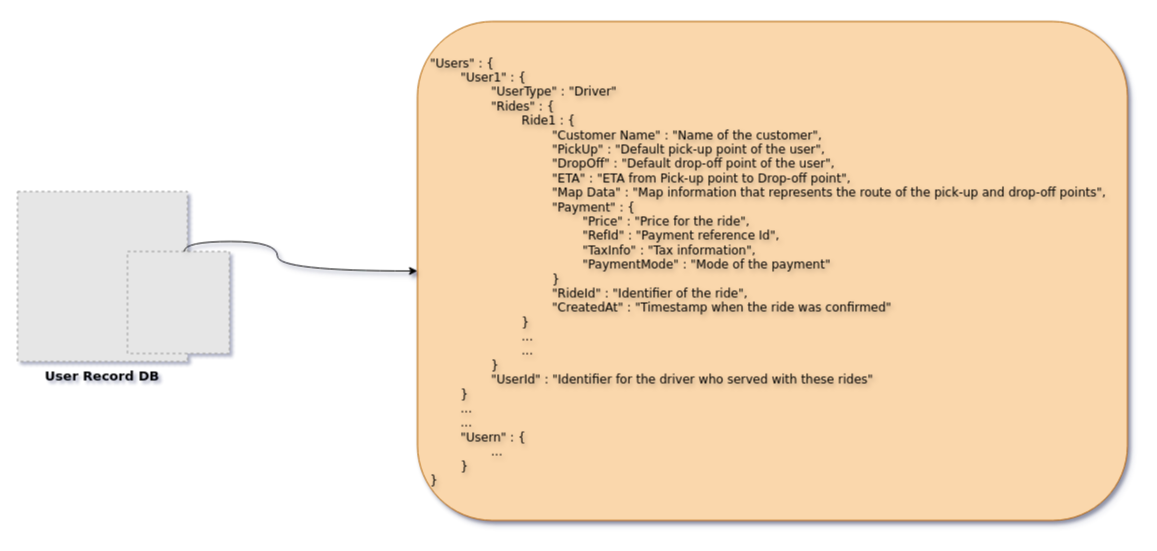
Above: 11. Design Cab sharing System/Resources/DeepDiveUserRecordDataModeling.drawio in SweetCodey/system-design-masterclass (draw.io), before the change. Source tidied: cells renumbered, new cells numbered last; positions are measured from the earlier drawing's top-left corner, leaving out a move shared by most shapes. Both pictures are drawn from the tidied source at 100%, with x=0, y=0 at pixel (17, 21). Pictures stored in the file or linked from it are replaced by grey dashed boxes.
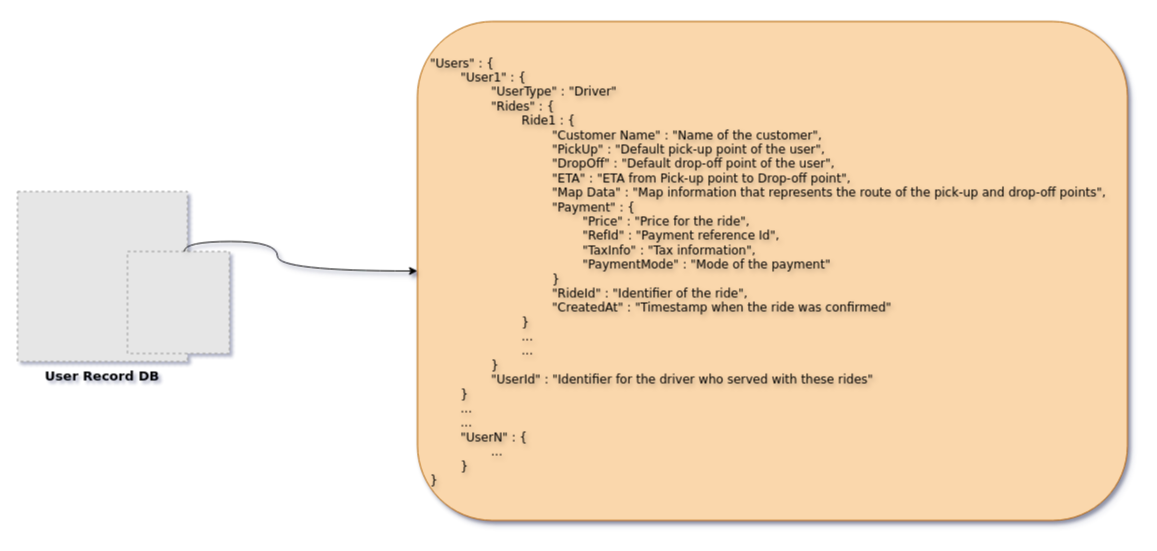
The same diagram, later.

Commit message (it also covers changes not shown here):
Data Modeling notes and minor changes in respective images

Diff of the diagram source:
```diff
@@
 <mxGraphModel shadow="1">
   <root>
     <mxCell id="0" />
     <mxCell id="1" parent="0" />
     <mxCell id="2" value="User Record DB" style="fillColor=#E6E6E6;strokeColor=#999999;dashed=1;verticalLabelPosition=bottom;labelBackgroundColor=none;verticalAlign=top;fontSize=13;fontStyle=1;fontFamily=Verdana;" parent="1" vertex="1">
       <mxGeometry y="170" width="170" height="170" as="geometry" />
     </mxCell>
-    <mxCell id="3" value="&lt;div style=&quot;&quot;&gt;&lt;div style=&quot;&quot;&gt;&lt;span style=&quot;background-color: transparent; color: light-dark(rgb(0, 0, 0), rgb(255, 255, 255));&quot;&gt;&quot;Users&quot; :&amp;nbsp;&lt;/span&gt;&lt;span style=&quot;background-color: transparent; color: light-dark(rgb(0, 0, 0), rgb(255, 255, 255));&quot;&gt;{&lt;/span&gt;&lt;/div&gt;&lt;div style=&quot;&quot;&gt;&lt;span style=&quot;background-color: transparent; color: light-dark(rgb(0, 0, 0), rgb(255, 255, 255));&quot;&gt;&lt;span style=&quot;white-space: pre;&quot;&gt;&#9;&lt;/span&gt;&quot;User1&quot; : {&lt;/span&gt;&lt;/div&gt;&lt;div style=&quot;&quot;&gt;&lt;span style=&quot;background-color: transparent; color: light-dark(rgb(0, 0, 0), rgb(255, 255, 255));&quot;&gt;&lt;span style=&quot;white-space: pre;&quot;&gt;&#9;&lt;/span&gt;&lt;span style=&quot;white-space: pre;&quot;&gt;&#9;&lt;/span&gt;&quot;UserType&quot; : &quot;Driver&quot;&lt;br&gt;&lt;/span&gt;&lt;/div&gt;&lt;div style=&quot;&quot;&gt;&lt;span style=&quot;white-space: pre;&quot;&gt;&#9;&lt;/span&gt;&lt;span style=&quot;white-space: pre;&quot;&gt;&#9;&lt;/span&gt;&quot;Rides&quot; : {&lt;br&gt;&lt;/div&gt;&lt;div style=&quot;&quot;&gt;&lt;span style=&quot;white-space: pre;&quot;&gt;&#9;&lt;/span&gt;&lt;span style=&quot;white-space: pre;&quot;&gt;&#9;&lt;/span&gt;&lt;span style=&quot;white-space: pre;&quot;&gt;&#9;&lt;/span&gt;Ride1 : {&lt;br&gt;&lt;/div&gt;&lt;div style=&quot;&quot;&gt;&lt;span style=&quot;white-space: pre;&quot;&gt;&#9;&lt;/span&gt;&lt;span style=&quot;white-space: pre;&quot;&gt;&#9;&lt;/span&gt;&lt;span style=&quot;white-space: pre;&quot;&gt;&#9;&lt;/span&gt;&lt;span style=&quot;white-space: pre;&quot;&gt;&#9;&lt;/span&gt;&quot;Customer Name&quot; : &quot;Name of the customer&quot;,&lt;br&gt;&lt;/div&gt;&lt;div style=&quot;&quot;&gt;&lt;span style=&quot;white-space: pre;&quot;&gt;&#9;&lt;/span&gt;&lt;span style=&quot;white-space: pre;&quot;&gt;&#9;&lt;/span&gt;&lt;span style=&quot;white-space: pre;&quot;&gt;&#9;&lt;/span&gt;&lt;span style=&quot;white-space: pre;&quot;&gt;&#9;&lt;/span&gt;&quot;PickUp&quot; : &quot;Default pick-up point of the user&quot;,&lt;/div&gt;&lt;div style=&quot;&quot;&gt;&lt;span style=&quot;white-space: pre;&quot;&gt;&#9;&lt;/span&gt;&lt;span style=&quot;white-space: pre;&quot;&gt;&#9;&lt;/span&gt;&lt;span style=&quot;white-space: pre;&quot;&gt;&#9;&lt;/span&gt;&lt;span style=&quot;white-space: pre;&quot;&gt;&#9;&lt;/span&gt;&quot;&lt;span style=&quot;background-color: transparent; color: light-dark(rgb(0, 0, 0), rgb(255, 255, 255));&quot;&gt;DropOff&lt;/span&gt;&lt;span style=&quot;background-color: transparent; color: light-dark(rgb(0, 0, 0), rgb(255, 255, 255));&quot;&gt;&quot; : &quot;Default drop-off point of the user&quot;,&lt;/span&gt;&lt;/div&gt;&lt;div style=&quot;&quot;&gt;&lt;span style=&quot;background-color: transparent; color: light-dark(rgb(0, 0, 0), rgb(255, 255, 255));&quot;&gt;&lt;span style=&quot;white-space: pre;&quot;&gt;&#9;&lt;/span&gt;&lt;span style=&quot;white-space: pre;&quot;&gt;&#9;&lt;/span&gt;&lt;span style=&quot;white-space: pre;&quot;&gt;&#9;&lt;/span&gt;&lt;span style=&quot;white-space: pre;&quot;&gt;&#9;&lt;/span&gt;&lt;/span&gt;&lt;span style=&quot;background-color: transparent; color: light-dark(rgb(0, 0, 0), rgb(255, 255, 255));&quot;&gt;&quot;ETA&quot; : &quot;ETA from Pick-up point to Drop-off point&quot;,&lt;/span&gt;&lt;/div&gt;&lt;div style=&quot;&quot;&gt;&lt;span style=&quot;background-color: transparent; color: light-dark(rgb(0, 0, 0), rgb(255, 255, 255));&quot;&gt;&lt;span style=&quot;white-space: pre;&quot;&gt;&#9;&lt;/span&gt;&lt;span style=&quot;white-space: pre;&quot;&gt;&#9;&lt;/span&gt;&lt;span style=&quot;white-space: pre;&quot;&gt;&#9;&lt;/span&gt;&lt;span style=&quot;white-space: pre;&quot;&gt;&#9;&lt;/span&gt;&quot;Map Data&quot; : &quot;Map information that represents the route of the pick-up and drop-off points&quot;,&lt;/span&gt;&lt;/div&gt;&lt;div style=&quot;&quot;&gt;&lt;span style=&quot;background-color: transparent; color: light-dark(rgb(0, 0, 0), rgb(255, 255, 255));&quot;&gt;&lt;span style=&quot;white-space: pre;&quot;&gt;&#9;&lt;/span&gt;&lt;span style=&quot;white-space: pre;&quot;&gt;&#9;&lt;/span&gt;&lt;span style=&quot;white-space: pre;&quot;&gt;&#9;&lt;/span&gt;&lt;span style=&quot;white-space: pre;&quot;&gt;&#9;&lt;/span&gt;&quot;Payment&quot; : {&lt;br&gt;&lt;/span&gt;&lt;/div&gt;&lt;div style=&quot;&quot;&gt;&lt;span style=&quot;background-color: transparent; color: light-dark(rgb(0, 0, 0), rgb(255, 255, 255));&quot;&gt;&lt;span style=&quot;white-space: pre;&quot;&gt;&#9;&lt;/span&gt;&lt;span style=&quot;white-space: pre;&quot;&gt;&#9;&lt;/span&gt;&lt;span style=&quot;white-space: pre;&quot;&gt;&#9;&lt;/span&gt;&lt;span style=&quot;white-space: pre;&quot;&gt;&#9;&lt;/span&gt;&lt;span style=&quot;white-space: pre;&quot;&gt;&#9;&lt;/span&gt;&quot;Price&quot; : &quot;Price for the ride&quot;,&lt;br&gt;&lt;/span&gt;&lt;/div&gt;&lt;div style=&quot;&quot;&gt;&lt;span style=&quot;background-color: transparent; color: light-dark(rgb(0, 0, 0), rgb(255, 255, 255));&quot;&gt;&lt;span style=&quot;white-space: pre;&quot;&gt;&#9;&lt;/span&gt;&lt;span style=&quot;white-space: pre;&quot;&gt;&#9;&lt;/span&gt;&lt;span style=&quot;white-space: pre;&quot;&gt;&#9;&lt;/span&gt;&lt;span style=&quot;white-space: pre;&quot;&gt;&#9;&lt;/span&gt;&lt;span style=&quot;white-space: pre;&quot;&gt;&#9;&lt;/span&gt;&quot;RefId&quot; : &quot;Payment reference Id&quot;,&lt;br&gt;&lt;/span&gt;&lt;/div&gt;&lt;div style=&quot;&quot;&gt;&lt;span style=&quot;background-color: transparent; color: light-dark(rgb(0, 0, 0), rgb(255, 255, 255));&quot;&gt;&lt;span style=&quot;white-space: pre;&quot;&gt;&#9;&lt;/span&gt;&lt;span style=&quot;white-space: pre;&quot;&gt;&#9;&lt;/span&gt;&lt;span style=&quot;white-space: pre;&quot;&gt;&#9;&lt;/span&gt;&lt;span style=&quot;white-space: pre;&quot;&gt;&#9;&lt;/span&gt;&lt;span style=&quot;white-space: pre;&quot;&gt;&#9;&lt;/span&gt;&quot;TaxInfo&quot; : &quot;Tax information&quot;,&lt;br&gt;&lt;/span&gt;&lt;/div&gt;&lt;div style=&quot;&quot;&gt;&lt;span style=&quot;background-color: transparent; color: light-dark(rgb(0, 0, 0), rgb(255, 255, 255));&quot;&gt;&lt;span style=&quot;white-space: pre;&quot;&gt;&#9;&lt;/span&gt;&lt;span style=&quot;white-space: pre;&quot;&gt;&#9;&lt;/span&gt;&lt;span style=&quot;white-space: pre;&quot;&gt;&#9;&lt;/span&gt;&lt;span style=&quot;white-space: pre;&quot;&gt;&#9;&lt;/span&gt;&lt;span style=&quot;white-space: pre;&quot;&gt;&#9;&lt;/span&gt;&quot;PaymentMode&quot; : &quot;Mode of the payment&quot;&lt;br&gt;&lt;/span&gt;&lt;/div&gt;&lt;div style=&quot;&quot;&gt;&lt;span style=&quot;background-color: transparent; color: light-dark(rgb(0, 0, 0), rgb(255, 255, 255));&quot;&gt;&lt;span style=&quot;white-space: pre;&quot;&gt;&#9;&lt;/span&gt;&lt;span style=&quot;white-space: pre;&quot;&gt;&#9;&lt;/span&gt;&lt;span style=&quot;white-space: pre;&quot;&gt;&#9;&lt;/span&gt;&lt;span style=&quot;white-space: pre;&quot;&gt;&#9;&lt;/span&gt;}&lt;/span&gt;&lt;/div&gt;&lt;div style=&quot;&quot;&gt;&lt;span style=&quot;background-color: transparent; color: light-dark(rgb(0, 0, 0), rgb(255, 255, 255));&quot;&gt;&lt;span style=&quot;white-space: pre;&quot;&gt;&#9;&lt;/span&gt;&lt;span style=&quot;white-space: pre;&quot;&gt;&#9;&lt;/span&gt;&lt;span style=&quot;white-space: pre;&quot;&gt;&#9;&lt;/span&gt;&lt;span style=&quot;white-space: pre;&quot;&gt;&#9;&lt;/span&gt;&quot;RideId&quot; : &quot;Identifier of the ride&quot;,&lt;br&gt;&lt;/span&gt;&lt;/div&gt;&lt;div style=&quot;&quot;&gt;&lt;span style=&quot;white-space: pre;&quot;&gt;&#9;&lt;/span&gt;&lt;span style=&quot;white-space: pre;&quot;&gt;&#9;&lt;/span&gt;&lt;span style=&quot;white-space: pre;&quot;&gt;&#9;&lt;/span&gt;&lt;span style=&quot;white-space: pre;&quot;&gt;&#9;&lt;/span&gt;&quot;CreatedAt&quot; : &quot;Timestamp when the ride was confirmed&quot;&lt;/div&gt;&lt;div style=&quot;&quot;&gt;&lt;span style=&quot;white-space: pre;&quot;&gt;&#9;&lt;/span&gt;&lt;span style=&quot;white-space: pre;&quot;&gt;&#9;&lt;/span&gt;&lt;span style=&quot;white-space: pre;&quot;&gt;&#9;&lt;/span&gt;}&lt;/div&gt;&lt;div style=&quot;&quot;&gt;&lt;span style=&quot;white-space: pre;&quot;&gt;&#9;&lt;/span&gt;&lt;span style=&quot;white-space: pre;&quot;&gt;&#9;&lt;/span&gt;&lt;span style=&quot;white-space: pre;&quot;&gt;&#9;&lt;/span&gt;...&lt;br&gt;&lt;/div&gt;&lt;div style=&quot;&quot;&gt;&lt;span style=&quot;white-space: pre;&quot;&gt;&#9;&lt;/span&gt;&lt;span style=&quot;white-space: pre;&quot;&gt;&#9;&lt;/span&gt;&lt;span style=&quot;white-space: pre;&quot;&gt;&#9;&lt;/span&gt;...&lt;br&gt;&lt;/div&gt;&lt;div style=&quot;&quot;&gt;&lt;span style=&quot;background-color: transparent; color: light-dark(rgb(0, 0, 0), rgb(255, 255, 255));&quot;&gt;&lt;span style=&quot;white-space: pre;&quot;&gt;&#9;&lt;/span&gt;&lt;span style=&quot;white-space: pre;&quot;&gt;&#9;&lt;/span&gt;}&lt;/span&gt;&lt;/div&gt;&lt;div style=&quot;&quot;&gt;&lt;span style=&quot;white-space: pre;&quot;&gt;&#9;&lt;/span&gt;&lt;span style=&quot;white-space: pre;&quot;&gt;&#9;&lt;/span&gt;&quot;UserId&quot; : &quot;Identifier for the driver who served with these rides&quot;&lt;span style=&quot;background-color: transparent; color: light-dark(rgb(0, 0, 0), rgb(255, 255, 255));&quot;&gt;&lt;/span&gt;&lt;/div&gt;&lt;div style=&quot;&quot;&gt;&lt;span style=&quot;background-color: transparent; color: light-dark(rgb(0, 0, 0), rgb(255, 255, 255));&quot;&gt;&lt;span style=&quot;white-space: pre;&quot;&gt;&#9;&lt;/span&gt;}&lt;/span&gt;&lt;/div&gt;&lt;/div&gt;&lt;div style=&quot;&quot;&gt;&lt;div style=&quot;&quot;&gt;&lt;span style=&quot;white-space: pre;&quot;&gt;&#9;&lt;/span&gt;...&lt;br&gt;&lt;/div&gt;&lt;div style=&quot;&quot;&gt;&lt;span style=&quot;white-space: pre;&quot;&gt;&#9;&lt;/span&gt;...&lt;br&gt;&lt;/div&gt;&lt;div style=&quot;&quot;&gt;&lt;span style=&quot;white-space: pre;&quot;&gt;&#9;&lt;/span&gt;&quot;Usern&quot; : {&lt;br&gt;&lt;/div&gt;&lt;div style=&quot;&quot;&gt;&lt;span style=&quot;white-space: pre;&quot;&gt;&#9;&lt;/span&gt;&lt;span style=&quot;white-space: pre;&quot;&gt;&#9;&lt;/span&gt;...&lt;br&gt;&lt;/div&gt;&lt;div style=&quot;&quot;&gt;&lt;span style=&quot;white-space: pre;&quot;&gt;&#9;&lt;/span&gt;}&lt;br&gt;&lt;/div&gt;&lt;div style=&quot;&quot;&gt;}&lt;/div&gt;&lt;/div&gt;" style="rounded=1;whiteSpace=wrap;html=1;align=left;fillColor=#fad7ac;strokeColor=#b46504;shadow=1;textShadow=1;spacingLeft=11;fontFamily=Verdana;" parent="1" vertex="1">
+    <mxCell id="3" value="&lt;div style=&quot;&quot;&gt;&lt;div style=&quot;&quot;&gt;&lt;span style=&quot;background-color: transparent; color: light-dark(rgb(0, 0, 0), rgb(255, 255, 255));&quot;&gt;&quot;Users&quot; :&amp;nbsp;&lt;/span&gt;&lt;span style=&quot;background-color: transparent; color: light-dark(rgb(0, 0, 0), rgb(255, 255, 255));&quot;&gt;{&lt;/span&gt;&lt;/div&gt;&lt;div style=&quot;&quot;&gt;&lt;span style=&quot;background-color: transparent; color: light-dark(rgb(0, 0, 0), rgb(255, 255, 255));&quot;&gt;&lt;span style=&quot;white-space: pre;&quot;&gt;&#9;&lt;/span&gt;&quot;User1&quot; : {&lt;/span&gt;&lt;/div&gt;&lt;div style=&quot;&quot;&gt;&lt;span style=&quot;background-color: transparent; color: light-dark(rgb(0, 0, 0), rgb(255, 255, 255));&quot;&gt;&lt;span style=&quot;white-space: pre;&quot;&gt;&#9;&lt;/span&gt;&lt;span style=&quot;white-space: pre;&quot;&gt;&#9;&lt;/span&gt;&quot;UserType&quot; : &quot;Driver&quot;&lt;br&gt;&lt;/span&gt;&lt;/div&gt;&lt;div style=&quot;&quot;&gt;&lt;span style=&quot;white-space: pre;&quot;&gt;&#9;&lt;/span&gt;&lt;span style=&quot;white-space: pre;&quot;&gt;&#9;&lt;/span&gt;&quot;Rides&quot; : {&lt;br&gt;&lt;/div&gt;&lt;div style=&quot;&quot;&gt;&lt;span style=&quot;white-space: pre;&quot;&gt;&#9;&lt;/span&gt;&lt;span style=&quot;white-space: pre;&quot;&gt;&#9;&lt;/span&gt;&lt;span style=&quot;white-space: pre;&quot;&gt;&#9;&lt;/span&gt;Ride1 : {&lt;br&gt;&lt;/div&gt;&lt;div style=&quot;&quot;&gt;&lt;span style=&quot;white-space: pre;&quot;&gt;&#9;&lt;/span&gt;&lt;span style=&quot;white-space: pre;&quot;&gt;&#9;&lt;/span&gt;&lt;span style=&quot;white-space: pre;&quot;&gt;&#9;&lt;/span&gt;&lt;span style=&quot;white-space: pre;&quot;&gt;&#9;&lt;/span&gt;&quot;Customer Name&quot; : &quot;Name of the customer&quot;,&lt;br&gt;&lt;/div&gt;&lt;div style=&quot;&quot;&gt;&lt;span style=&quot;white-space: pre;&quot;&gt;&#9;&lt;/span&gt;&lt;span style=&quot;white-space: pre;&quot;&gt;&#9;&lt;/span&gt;&lt;span style=&quot;white-space: pre;&quot;&gt;&#9;&lt;/span&gt;&lt;span style=&quot;white-space: pre;&quot;&gt;&#9;&lt;/span&gt;&quot;PickUp&quot; : &quot;Default pick-up point of the user&quot;,&lt;/div&gt;&lt;div style=&quot;&quot;&gt;&lt;span style=&quot;white-space: pre;&quot;&gt;&#9;&lt;/span&gt;&lt;span style=&quot;white-space: pre;&quot;&gt;&#9;&lt;/span&gt;&lt;span style=&quot;white-space: pre;&quot;&gt;&#9;&lt;/span&gt;&lt;span style=&quot;white-space: pre;&quot;&gt;&#9;&lt;/span&gt;&quot;&lt;span style=&quot;background-color: transparent; color: light-dark(rgb(0, 0, 0), rgb(255, 255, 255));&quot;&gt;DropOff&lt;/span&gt;&lt;span style=&quot;background-color: transparent; color: light-dark(rgb(0, 0, 0), rgb(255, 255, 255));&quot;&gt;&quot; : &quot;Default drop-off point of the user&quot;,&lt;/span&gt;&lt;/div&gt;&lt;div style=&quot;&quot;&gt;&lt;span style=&quot;background-color: transparent; color: light-dark(rgb(0, 0, 0), rgb(255, 255, 255));&quot;&gt;&lt;span style=&quot;white-space: pre;&quot;&gt;&#9;&lt;/span&gt;&lt;span style=&quot;white-space: pre;&quot;&gt;&#9;&lt;/span&gt;&lt;span style=&quot;white-space: pre;&quot;&gt;&#9;&lt;/span&gt;&lt;span style=&quot;white-space: pre;&quot;&gt;&#9;&lt;/span&gt;&lt;/span&gt;&lt;span style=&quot;background-color: transparent; color: light-dark(rgb(0, 0, 0), rgb(255, 255, 255));&quot;&gt;&quot;ETA&quot; : &quot;ETA from Pick-up point to Drop-off point&quot;,&lt;/span&gt;&lt;/div&gt;&lt;div style=&quot;&quot;&gt;&lt;span style=&quot;background-color: transparent; color: light-dark(rgb(0, 0, 0), rgb(255, 255, 255));&quot;&gt;&lt;span style=&quot;white-space: pre;&quot;&gt;&#9;&lt;/span&gt;&lt;span style=&quot;white-space: pre;&quot;&gt;&#9;&lt;/span&gt;&lt;span style=&quot;white-space: pre;&quot;&gt;&#9;&lt;/span&gt;&lt;span style=&quot;white-space: pre;&quot;&gt;&#9;&lt;/span&gt;&quot;Map Data&quot; : &quot;Map information that represents the route of the pick-up and drop-off points&quot;,&lt;/span&gt;&lt;/div&gt;&lt;div style=&quot;&quot;&gt;&lt;span style=&quot;background-color: transparent; color: light-dark(rgb(0, 0, 0), rgb(255, 255, 255));&quot;&gt;&lt;span style=&quot;white-space: pre;&quot;&gt;&#9;&lt;/span&gt;&lt;span style=&quot;white-space: pre;&quot;&gt;&#9;&lt;/span&gt;&lt;span style=&quot;white-space: pre;&quot;&gt;&#9;&lt;/span&gt;&lt;span style=&quot;white-space: pre;&quot;&gt;&#9;&lt;/span&gt;&quot;Payment&quot; : {&lt;br&gt;&lt;/span&gt;&lt;/div&gt;&lt;div style=&quot;&quot;&gt;&lt;span style=&quot;background-color: transparent; color: light-dark(rgb(0, 0, 0), rgb(255, 255, 255));&quot;&gt;&lt;span style=&quot;white-space: pre;&quot;&gt;&#9;&lt;/span&gt;&lt;span style=&quot;white-space: pre;&quot;&gt;&#9;&lt;/span&gt;&lt;span style=&quot;white-space: pre;&quot;&gt;&#9;&lt;/span&gt;&lt;span style=&quot;white-space: pre;&quot;&gt;&#9;&lt;/span&gt;&lt;span style=&quot;white-space: pre;&quot;&gt;&#9;&lt;/span&gt;&quot;Price&quot; : &quot;Price for the ride&quot;,&lt;br&gt;&lt;/span&gt;&lt;/div&gt;&lt;div style=&quot;&quot;&gt;&lt;span style=&quot;background-color: transparent; color: light-dark(rgb(0, 0, 0), rgb(255, 255, 255));&quot;&gt;&lt;span style=&quot;white-space: pre;&quot;&gt;&#9;&lt;/span&gt;&lt;span style=&quot;white-space: pre;&quot;&gt;&#9;&lt;/span&gt;&lt;span style=&quot;white-space: pre;&quot;&gt;&#9;&lt;/span&gt;&lt;span style=&quot;white-space: pre;&quot;&gt;&#9;&lt;/span&gt;&lt;span style=&quot;white-space: pre;&quot;&gt;&#9;&lt;/span&gt;&quot;RefId&quot; : &quot;Payment reference Id&quot;,&lt;br&gt;&lt;/span&gt;&lt;/div&gt;&lt;div style=&quot;&quot;&gt;&lt;span style=&quot;background-color: transparent; color: light-dark(rgb(0, 0, 0), rgb(255, 255, 255));&quot;&gt;&lt;span style=&quot;white-space: pre;&quot;&gt;&#9;&lt;/span&gt;&lt;span style=&quot;white-space: pre;&quot;&gt;&#9;&lt;/span&gt;&lt;span style=&quot;white-space: pre;&quot;&gt;&#9;&lt;/span&gt;&lt;span style=&quot;white-space: pre;&quot;&gt;&#9;&lt;/span&gt;&lt;span style=&quot;white-space: pre;&quot;&gt;&#9;&lt;/span&gt;&quot;TaxInfo&quot; : &quot;Tax information&quot;,&lt;br&gt;&lt;/span&gt;&lt;/div&gt;&lt;div style=&quot;&quot;&gt;&lt;span style=&quot;background-color: transparent; color: light-dark(rgb(0, 0, 0), rgb(255, 255, 255));&quot;&gt;&lt;span style=&quot;white-space: pre;&quot;&gt;&#9;&lt;/span&gt;&lt;span style=&quot;white-space: pre;&quot;&gt;&#9;&lt;/span&gt;&lt;span style=&quot;white-space: pre;&quot;&gt;&#9;&lt;/span&gt;&lt;span style=&quot;white-space: pre;&quot;&gt;&#9;&lt;/span&gt;&lt;span style=&quot;white-space: pre;&quot;&gt;&#9;&lt;/span&gt;&quot;PaymentMode&quot; : &quot;Mode of the payment&quot;&lt;br&gt;&lt;/span&gt;&lt;/div&gt;&lt;div style=&quot;&quot;&gt;&lt;span style=&quot;background-color: transparent; color: light-dark(rgb(0, 0, 0), rgb(255, 255, 255));&quot;&gt;&lt;span style=&quot;white-space: pre;&quot;&gt;&#9;&lt;/span&gt;&lt;span style=&quot;white-space: pre;&quot;&gt;&#9;&lt;/span&gt;&lt;span style=&quot;white-space: pre;&quot;&gt;&#9;&lt;/span&gt;&lt;span style=&quot;white-space: pre;&quot;&gt;&#9;&lt;/span&gt;}&lt;/span&gt;&lt;/div&gt;&lt;div style=&quot;&quot;&gt;&lt;span style=&quot;background-color: transparent; color: light-dark(rgb(0, 0, 0), rgb(255, 255, 255));&quot;&gt;&lt;span style=&quot;white-space: pre;&quot;&gt;&#9;&lt;/span&gt;&lt;span style=&quot;white-space: pre;&quot;&gt;&#9;&lt;/span&gt;&lt;span style=&quot;white-space: pre;&quot;&gt;&#9;&lt;/span&gt;&lt;span style=&quot;white-space: pre;&quot;&gt;&#9;&lt;/span&gt;&quot;RideId&quot; : &quot;Identifier of the ride&quot;,&lt;br&gt;&lt;/span&gt;&lt;/div&gt;&lt;div style=&quot;&quot;&gt;&lt;span style=&quot;white-space: pre;&quot;&gt;&#9;&lt;/span&gt;&lt;span style=&quot;white-space: pre;&quot;&gt;&#9;&lt;/span&gt;&lt;span style=&quot;white-space: pre;&quot;&gt;&#9;&lt;/span&gt;&lt;span style=&quot;white-space: pre;&quot;&gt;&#9;&lt;/span&gt;&quot;CreatedAt&quot; : &quot;Timestamp when the ride was confirmed&quot;&lt;/div&gt;&lt;div style=&quot;&quot;&gt;&lt;span style=&quot;white-space: pre;&quot;&gt;&#9;&lt;/span&gt;&lt;span style=&quot;white-space: pre;&quot;&gt;&#9;&lt;/span&gt;&lt;span style=&quot;white-space: pre;&quot;&gt;&#9;&lt;/span&gt;}&lt;/div&gt;&lt;div style=&quot;&quot;&gt;&lt;span style=&quot;white-space: pre;&quot;&gt;&#9;&lt;/span&gt;&lt;span style=&quot;white-space: pre;&quot;&gt;&#9;&lt;/span&gt;&lt;span style=&quot;white-space: pre;&quot;&gt;&#9;&lt;/span&gt;...&lt;br&gt;&lt;/div&gt;&lt;div style=&quot;&quot;&gt;&lt;span style=&quot;white-space: pre;&quot;&gt;&#9;&lt;/span&gt;&lt;span style=&quot;white-space: pre;&quot;&gt;&#9;&lt;/span&gt;&lt;span style=&quot;white-space: pre;&quot;&gt;&#9;&lt;/span&gt;...&lt;br&gt;&lt;/div&gt;&lt;div style=&quot;&quot;&gt;&lt;span style=&quot;background-color: transparent; color: light-dark(rgb(0, 0, 0), rgb(255, 255, 255));&quot;&gt;&lt;span style=&quot;white-space: pre;&quot;&gt;&#9;&lt;/span&gt;&lt;span style=&quot;white-space: pre;&quot;&gt;&#9;&lt;/span&gt;}&lt;/span&gt;&lt;/div&gt;&lt;div style=&quot;&quot;&gt;&lt;span style=&quot;white-space: pre;&quot;&gt;&#9;&lt;/span&gt;&lt;span style=&quot;white-space: pre;&quot;&gt;&#9;&lt;/span&gt;&quot;UserId&quot; : &quot;Identifier for the driver who served with these rides&quot;&lt;span style=&quot;background-color: transparent; color: light-dark(rgb(0, 0, 0), rgb(255, 255, 255));&quot;&gt;&lt;/span&gt;&lt;/div&gt;&lt;div style=&quot;&quot;&gt;&lt;span style=&quot;background-color: transparent; color: light-dark(rgb(0, 0, 0), rgb(255, 255, 255));&quot;&gt;&lt;span style=&quot;white-space: pre;&quot;&gt;&#9;&lt;/span&gt;}&lt;/span&gt;&lt;/div&gt;&lt;/div&gt;&lt;div style=&quot;&quot;&gt;&lt;div style=&quot;&quot;&gt;&lt;span style=&quot;white-space: pre;&quot;&gt;&#9;&lt;/span&gt;...&lt;br&gt;&lt;/div&gt;&lt;div style=&quot;&quot;&gt;&lt;span style=&quot;white-space: pre;&quot;&gt;&#9;&lt;/span&gt;...&lt;br&gt;&lt;/div&gt;&lt;div style=&quot;&quot;&gt;&lt;span style=&quot;white-space: pre;&quot;&gt;&#9;&lt;/span&gt;&quot;UserN&quot; : {&lt;br&gt;&lt;/div&gt;&lt;div style=&quot;&quot;&gt;&lt;span style=&quot;white-space: pre;&quot;&gt;&#9;&lt;/span&gt;&lt;span style=&quot;white-space: pre;&quot;&gt;&#9;&lt;/span&gt;...&lt;br&gt;&lt;/div&gt;&lt;div style=&quot;&quot;&gt;&lt;span style=&quot;white-space: pre;&quot;&gt;&#9;&lt;/span&gt;}&lt;br&gt;&lt;/div&gt;&lt;div style=&quot;&quot;&gt;}&lt;/div&gt;&lt;/div&gt;" style="rounded=1;whiteSpace=wrap;html=1;align=left;fillColor=#fad7ac;strokeColor=#b46504;shadow=1;textShadow=1;spacingLeft=11;fontFamily=Verdana;" parent="1" vertex="1">
       <mxGeometry x="400" width="710" height="499" as="geometry" />
     </mxCell>
     <mxCell id="4" style="fillColor=#E6E6E6;strokeColor=#999999;dashed=1;verticalLabelPosition=bottom;labelBackgroundColor=default;verticalAlign=top;fontFamily=Verdana;" parent="1" vertex="1">
       <mxGeometry x="110" y="230" width="102" height="102" as="geometry" />
     </mxCell>
     <mxCell id="5" style="edgeStyle=orthogonalEdgeStyle;rounded=0;jettySize=auto;html=1;exitX=0.556;exitY=0;exitDx=0;exitDy=0;curved=1;exitPerimeter=0;entryX=0;entryY=0.5;entryDx=0;entryDy=0;shadow=1;fontFamily=Verdana;" parent="1" edge="1" source="4" target="3">
       <mxGeometry relative="1" as="geometry">
         <Array as="points">
           <mxPoint x="167" y="220" />
           <mxPoint x="260" y="220" />
           <mxPoint x="260" y="250" />
         </Array>
       </mxGeometry>
     </mxCell>
   </root>
 </mxGraphModel>
```
